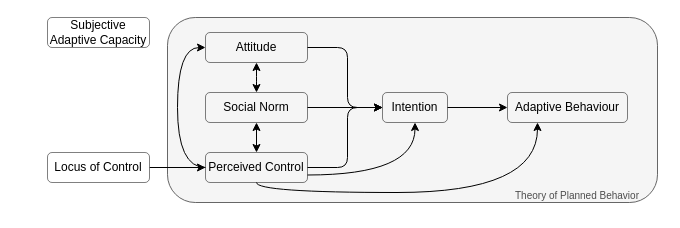
This is Objective3FrameworkAdaptiveBehaviorsAC.drawio from dealchre/gradDrawio, a draw.io file, before an edit. Source tidied: cells renumbered, new cells numbered last; positions are measured from the earlier drawing's top-left corner, leaving out a move shared by most shapes. Both pictures are drawn from the tidied source at 100%, with x=0, y=0 at pixel (47, 17).
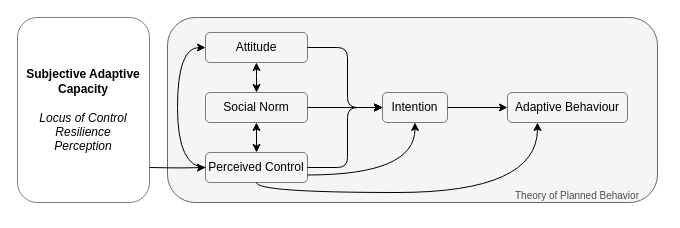
After the change.

The change refers to these unchanged cells:
```xml
<mxCell id="13" value="Perceived Control" style="text;html=1;align=center;verticalAlign=middle;whiteSpace=wrap;rounded=1;strokeColor=default;strokeWidth=0.5;" parent="1" vertex="1">
  <mxGeometry x="158" y="135" width="102" height="30" as="geometry" />
</mxCell>
```

Change to the diagram source:
```diff
@@
-    <mxCell id="17" style="edgeStyle=orthogonalEdgeStyle;rounded=1;jettySize=auto;html=1;exitX=1;exitY=0.5;exitDx=0;exitDy=0;entryX=0;entryY=0.5;entryDx=0;entryDy=0;curved=0;" parent="1" edge="1" source="18" target="13">
-      <mxGeometry relative="1" as="geometry" />
+    <mxCell id="17" style="edgeStyle=orthogonalEdgeStyle;rounded=1;jettySize=auto;html=1;exitX=1;exitY=0.5;exitDx=0;exitDy=0;entryX=0;entryY=0.5;entryDx=0;entryDy=0;curved=0;" parent="1" edge="1" target="13">
+      <mxGeometry relative="1" as="geometry">
+        <mxPoint x="102" y="150" as="sourcePoint" />
+      </mxGeometry>
     </mxCell>
-    <mxCell id="18" value="Locus of Control" style="text;html=1;align=center;verticalAlign=middle;whiteSpace=wrap;rounded=1;strokeColor=default;fillColor=default;strokeWidth=0.5;" parent="1" vertex="1">
-      <mxGeometry y="135" width="102" height="30" as="geometry" />
-    </mxCell>
@@
-    <mxCell id="20" value="Subjective Adaptive Capacity" style="text;html=1;align=center;verticalAlign=middle;whiteSpace=wrap;rounded=1;strokeColor=default;strokeWidth=0.5;" parent="1" vertex="1">
-      <mxGeometry width="102" height="30" as="geometry" />
+    <mxCell id="20" value="&lt;b&gt;Subjective Adaptive Capacity&lt;/b&gt;&lt;div&gt;&lt;br&gt;&lt;/div&gt;&lt;div&gt;&lt;i&gt;Locus of Control&lt;/i&gt;&lt;/div&gt;&lt;div&gt;&lt;i&gt;Resilience&lt;/i&gt;&lt;/div&gt;&lt;div&gt;&lt;i&gt;Perception&lt;/i&gt;&lt;/div&gt;" style="text;html=1;align=center;verticalAlign=middle;whiteSpace=wrap;rounded=1;strokeColor=default;strokeWidth=0.5;" parent="1" vertex="1">
+      <mxGeometry x="-30" width="132" height="185" as="geometry" />
     </mxCell>
```
